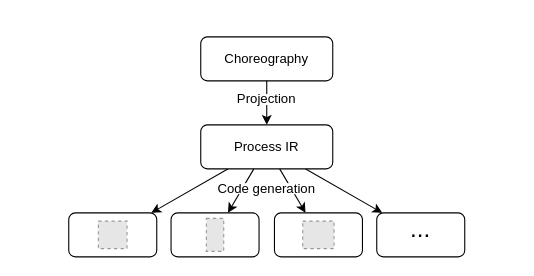
This is jolie/paper/arch.drawio from jonas-rm/partial-core-choreographies-rocq, a draw.io file, before an edit. Source tidied: cells renumbered, new cells numbered last; positions are measured from the earlier drawing's top-left corner, leaving out a move shared by most shapes. Both pictures are drawn from the tidied source at 110%, with x=0, y=0 at pixel (68, 36). Pictures stored in the file or linked from it are replaced by grey dashed boxes.
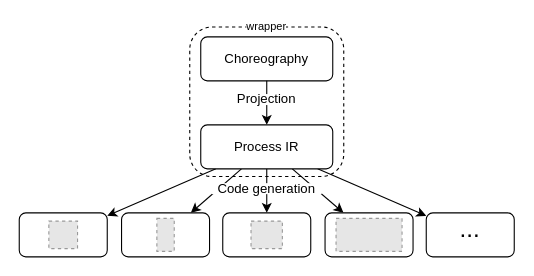
The same diagram, later.

The change refers to these unchanged cells:
```xml
<mxCell id="9" value="Process IR" style="rounded=1;whiteSpace=wrap;html=1;" parent="1" vertex="1">
  <mxGeometry x="120" y="80" width="120" height="40" as="geometry" />
</mxCell>
```

Diff of the diagram source:
```diff
@@
+    <mxCell id="23" value="wrapper" style="rounded=1;whiteSpace=wrap;html=1;fillColor=none;dashed=1;spacingBottom=138;fontSize=10;labelBackgroundColor=default;" parent="1" vertex="1">
+      <mxGeometry x="110" y="-9" width="140" height="136" as="geometry" />
+    </mxCell>
@@
-    <mxCell id="6" value="Code generation" style="text;html=1;strokeColor=none;fillColor=default;align=center;verticalAlign=middle;whiteSpace=wrap;rounded=0;" parent="1" vertex="1">
-      <mxGeometry x="130" y="133" width="100" height="10" as="geometry" />
-    </mxCell>
@@
+    <mxCell id="24" style="rounded=0;jettySize=auto;html=1;fontSize=10;" parent="1" edge="1" source="9" target="27">
+      <mxGeometry relative="1" as="geometry" />
+    </mxCell>
@@
     <mxCell id="11" style="group;" parent="1" vertex="1">
-      <mxGeometry y="160" width="80" height="40" as="geometry" />
+      <mxGeometry x="-45" y="160" width="80" height="40" as="geometry" />
     </mxCell>
@@
     <mxCell id="14" style="group;" parent="1" vertex="1">
-      <mxGeometry x="93" y="160" width="80" height="40" as="geometry" />
+      <mxGeometry x="48" y="160" width="80" height="40" as="geometry" />
     </mxCell>
@@
-    <mxCell id="17" style="group;" parent="1" vertex="1">
-      <mxGeometry x="187" y="160" width="80" height="40" as="geometry" />
-    </mxCell>
-    <mxCell id="18" style="rounded=1;whiteSpace=wrap;html=1;" parent="17" vertex="1">
-      <mxGeometry width="80" height="40" as="geometry" />
-    </mxCell>
-    <mxCell id="19" style="fillColor=#E6E6E6;strokeColor=#999999;dashed=1;verticalLabelPosition=bottom;verticalAlign=top;" parent="17" vertex="1">
-      <mxGeometry x="25.7" y="7.5" width="28.5" height="25" as="geometry" />
-    </mxCell>
     <mxCell id="20" style="group;" parent="1" vertex="1">
-      <mxGeometry x="280" y="160" width="80" height="40" as="geometry" />
+      <mxGeometry x="325" y="160" width="80" height="40" as="geometry" />
     </mxCell>
@@
+    <mxCell id="25" style="group;" parent="1" vertex="1">
+      <mxGeometry x="233" y="160" width="80" height="40" as="geometry" />
+    </mxCell>
+    <mxCell id="26" style="group;" parent="25" vertex="1">
+      <mxGeometry width="80" height="40" as="geometry" />
+    </mxCell>
+    <mxCell id="27" style="rounded=1;whiteSpace=wrap;html=1;verticalAlign=middle;align=center;" parent="26" vertex="1">
+      <mxGeometry width="80" height="40" as="geometry" />
+    </mxCell>
+    <mxCell id="28" style="fillColor=#E6E6E6;strokeColor=#999999;dashed=1;verticalLabelPosition=bottom;verticalAlign=top;labelBackgroundColor=default;fontSize=10;" parent="26" vertex="1">
+      <mxGeometry x="10" y="5" width="60" height="30" as="geometry" />
+    </mxCell>
+    <mxCell id="29" style="group;" parent="1" vertex="1">
+      <mxGeometry x="140" y="160" width="80" height="40" as="geometry" />
+    </mxCell>
+    <mxCell id="18" style="rounded=1;whiteSpace=wrap;html=1;" parent="29" vertex="1">
+      <mxGeometry width="80" height="40" as="geometry" />
+    </mxCell>
+    <mxCell id="19" style="fillColor=#E6E6E6;strokeColor=#999999;dashed=1;verticalLabelPosition=bottom;verticalAlign=top;" parent="29" vertex="1">
+      <mxGeometry x="25.7" y="7.5" width="28.5" height="25" as="geometry" />
+    </mxCell>
+    <mxCell id="6" value="Code generation" style="text;html=1;strokeColor=none;fillColor=default;align=center;verticalAlign=middle;whiteSpace=wrap;rounded=0;" parent="1" vertex="1">
+      <mxGeometry x="130" y="133" width="100" height="10" as="geometry" />
+    </mxCell>
```
